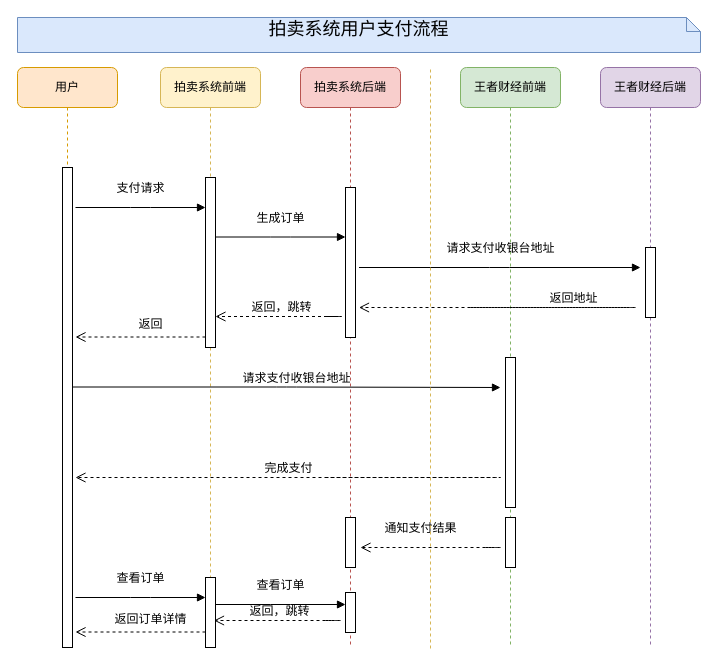
The draw.io diagram 拍卖系统-支付流程.drawio in gtfcugb/tmpshare, before the edit. Source tidied: cells renumbered, new cells numbered last; positions are measured from the earlier drawing's top-left corner, leaving out a move shared by most shapes. Both pictures are drawn from the tidied source at 100%, with x=0, y=0 at pixel (17, 17).
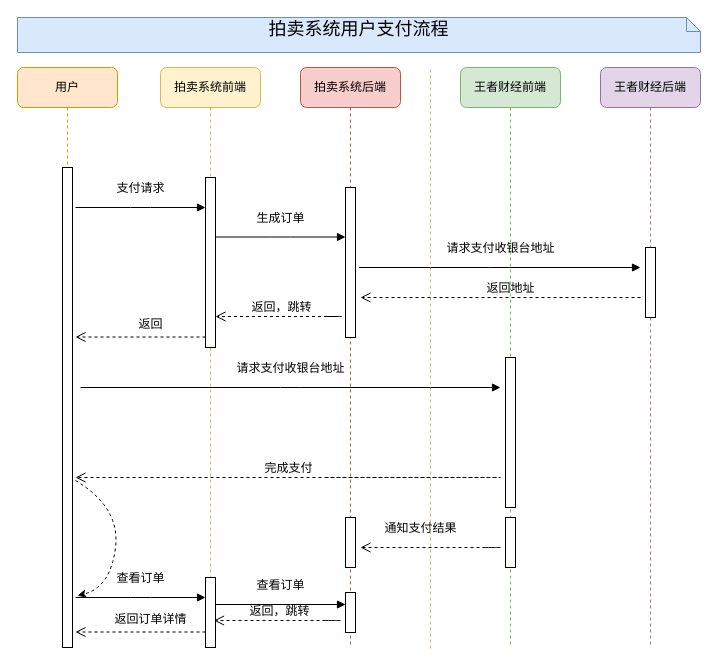
Above is the later version.

Commit message:
Update 拍卖系统-支付流程.drawio

Unchanged cells that the change refers to:
```xml
<mxCell id="14" value="用户" style="shape=umlLifeline;perimeter=lifelinePerimeter;whiteSpace=wrap;html=1;rounded=1;shadow=0;comic=0;labelBackgroundColor=none;strokeColor=#d79b00;strokeWidth=1;fillColor=#ffe6cc;fontFamily=Verdana;fontSize=12;align=center;" parent="1" vertex="1">
  <mxGeometry y="50" width="100" height="580" as="geometry" />
</mxCell>
<mxCell id="15" style="html=1;points=[];perimeter=orthogonalPerimeter;rounded=0;shadow=0;comic=0;labelBackgroundColor=none;strokeColor=#000000;strokeWidth=1;fillColor=#FFFFFF;fontFamily=Verdana;fontSize=12;fontColor=#000000;align=center;" parent="14" vertex="1">
  <mxGeometry x="45" y="100" width="10" height="480" as="geometry" />
</mxCell>
```

Change to the diagram source:
```diff
@@
+    <mxCell id="31" style="curved=1;endArrow=classic;html=1;dashed=1;strokeColor=#000000;entryX=1.5;entryY=0.892;entryDx=0;entryDy=0;entryPerimeter=0;exitX=1.3;exitY=0.652;exitDx=0;exitDy=0;exitPerimeter=0;" parent="14" edge="1" source="15" target="15">
+      <mxGeometry relative="1" as="geometry">
+        <Array as="points">
+          <mxPoint x="103" y="440" />
+          <mxPoint x="93" y="520" />
+        </Array>
+      </mxGeometry>
+    </mxCell>
@@
-    <mxCell id="21" value="返回地址&lt;br&gt;" style="html=1;verticalAlign=bottom;endArrow=open;dashed=1;endSize=8;labelBackgroundColor=none;fontFamily=Verdana;fontSize=12;edgeStyle=elbowEdgeStyle;elbow=vertical;strokeColor=#000000;" parent="1" edge="1">
-      <mxGeometry x="0.05" relative="1" as="geometry">
-        <mxPoint x="453" y="290" as="sourcePoint" />
-        <mxPoint x="341.5" y="290" as="targetPoint" />
-        <Array as="points">
-          <mxPoint x="623" y="290" />
-          <mxPoint x="596.5" y="290" />
-        </Array>
-      </mxGeometry>
-    </mxCell>
@@
     <mxCell id="24" value="请求支付收银台地址" style="html=1;verticalAlign=bottom;endArrow=block;labelBackgroundColor=none;fontFamily=Verdana;fontSize=12;edgeStyle=elbowEdgeStyle;elbow=horizontal;" parent="1" edge="1">
       <mxGeometry y="10" relative="1" as="geometry">
-        <mxPoint x="55" y="369.5" as="sourcePoint" />
+        <mxPoint x="63" y="370" as="sourcePoint" />
         <mxPoint x="483" y="370" as="targetPoint" />
       </mxGeometry>
     </mxCell>
@@
+    <mxCell id="21" value="返回地址" style="html=1;verticalAlign=bottom;endArrow=open;dashed=1;endSize=8;labelBackgroundColor=none;fontFamily=Verdana;fontSize=12;edgeStyle=elbowEdgeStyle;elbow=vertical;" parent="1" edge="1">
+      <mxGeometry x="-0.07" relative="1" as="geometry">
+        <mxPoint x="623" y="280" as="sourcePoint" />
+        <mxPoint x="343" y="280" as="targetPoint" />
+        <Array as="points">
+          <mxPoint x="568" y="280" />
+          <mxPoint x="598" y="280" />
+        </Array>
+      </mxGeometry>
+    </mxCell>
```
